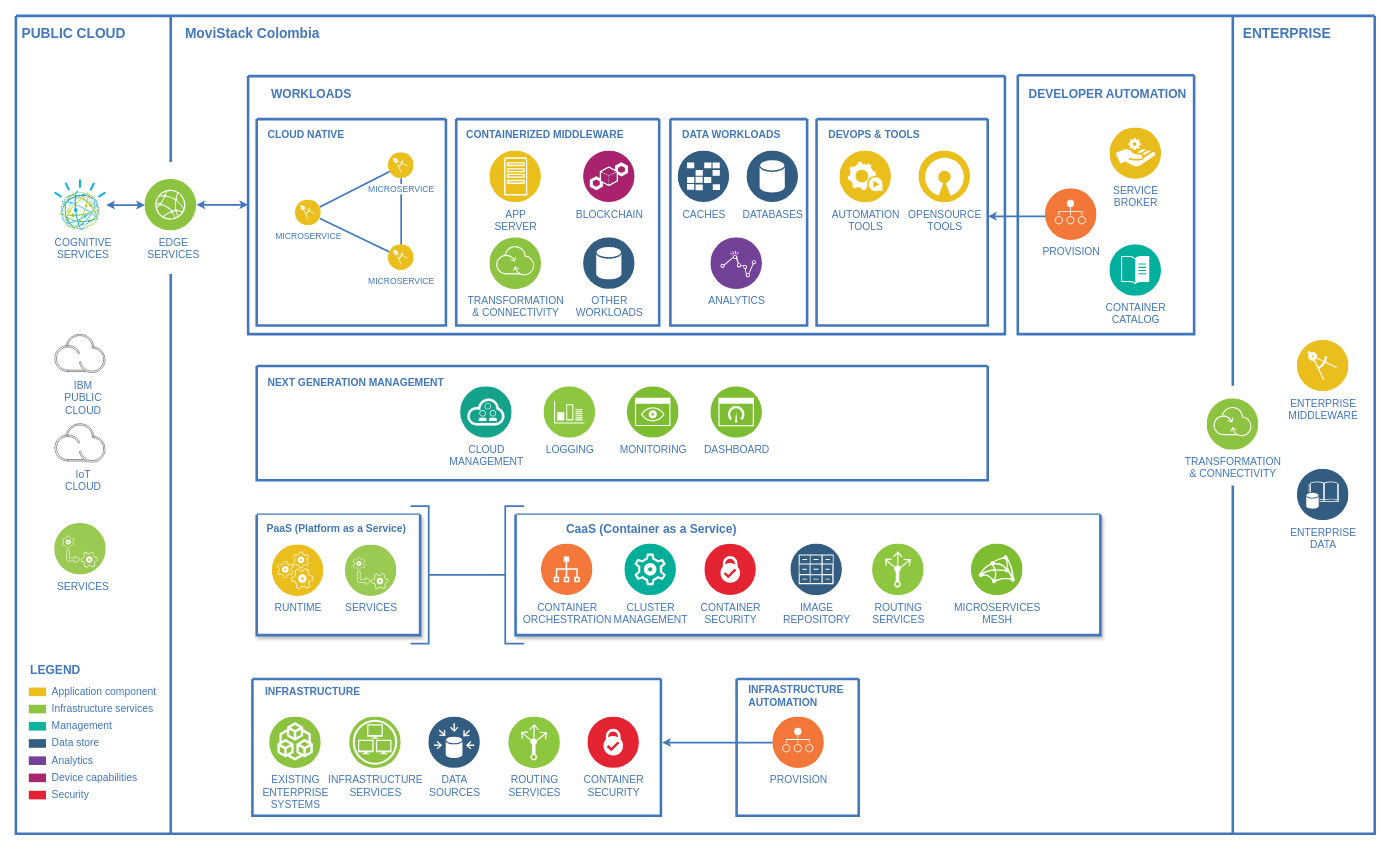
This is Untitled Diagram.drawio from Celera/postfix, a draw.io file, before an edit. Source tidied: cells renumbered, new cells numbered last; positions are measured from the earlier drawing's top-left corner, leaving out a move shared by most shapes. Both pictures are drawn from the tidied source at 86%, with x=0, y=0 at pixel (15, 15).
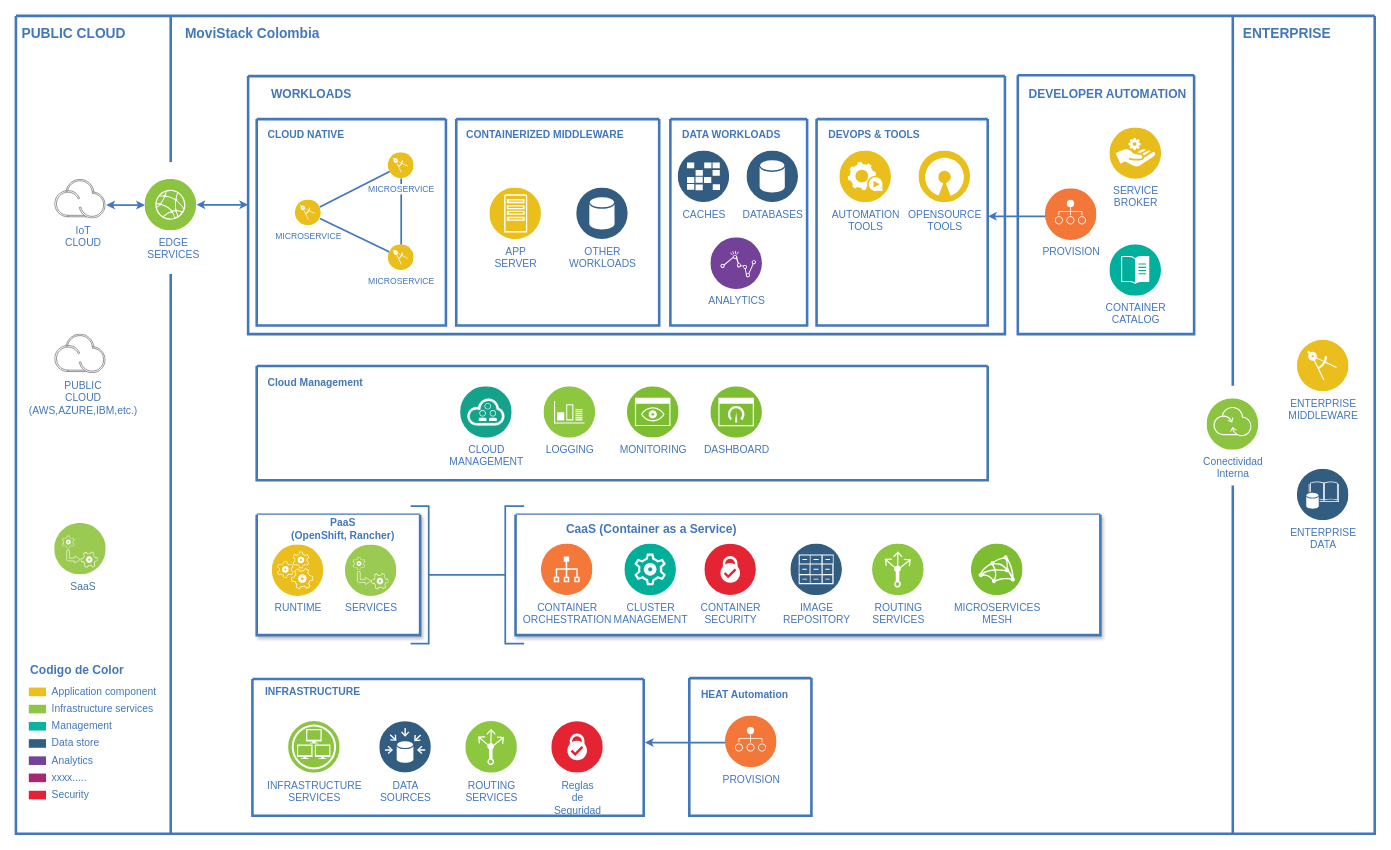
The same diagram, later.

The change refers to these unchanged cells:
```xml
<mxCell id="29" style="swimlane;shadow=0;labelBackgroundColor=#007FFF;strokeColor=#4277BB;fillColor=none;gradientColor=none;fontColor=#000000;align=right;startSize=0;strokeWidth=3;" parent="20" vertex="1">
  <mxGeometry x="242" y="50" width="236" height="240" as="geometry" />
</mxCell>
<mxCell id="48" value="EDGE&lt;div&gt;SERVICES&lt;/div&gt;" style="perimeter=ellipsePerimeter;html=1;align=center;shadow=0;image;image=img/lib/ibm/infrastructure/edge_services.svg;labelBackgroundColor=none;strokeColor=none;strokeWidth=2;fillColor=#808080;gradientColor=none;fontSize=12;fontColor=#4277BB;rounded=0;verticalAlign=top;spacingLeft=5;" parent="2" vertex="1">
  <mxGeometry x="150" y="190" width="60" height="60" as="geometry" />
</mxCell>
<mxCell id="60" style="swimlane;shadow=1;labelBackgroundColor=#007FFF;strokeColor=#4277BB;fillColor=none;gradientColor=none;fontColor=#000000;align=right;startSize=0;strokeWidth=3;swimlaneFillColor=#ffffff;" parent="2" vertex="1">
  <mxGeometry x="280" y="580" width="190" height="140" as="geometry" />
</mxCell>
<mxCell id="81" style="swimlane;shadow=0;labelBackgroundColor=#007FFF;strokeColor=#4277BB;fillColor=none;gradientColor=none;fontColor=#000000;align=right;startSize=0;strokeWidth=3;" parent="2" vertex="1">
  <mxGeometry x="280" y="407" width="850" height="133" as="geometry" />
</mxCell>
```

Change to the diagram source:
```diff
@@
-    <mxCell id="2" style="swimlane;shadow=0;strokeColor=#4277BB;fillColor=#ffffff;fontColor=none;align=right;startSize=0;noLabel=1;strokeWidth=3;" parent="1" vertex="1">
+    <mxCell id="2" value="d" style="swimlane;shadow=0;strokeColor=#4277BB;fillColor=#ffffff;fontColor=none;align=right;startSize=0;noLabel=1;strokeWidth=3;" parent="1" vertex="1">
       <mxGeometry width="1580" height="951" as="geometry" />
     </mxCell>
-    <mxCell id="3" style="swimlane;shadow=0;labelBackgroundColor=#007FFF;strokeColor=#4277BB;fillColor=none;gradientColor=none;fontColor=#000000;align=right;startSize=0;strokeWidth=3;" parent="2" vertex="1">
-      <mxGeometry x="838" y="771" width="142" height="159" as="geometry" />
-    </mxCell>
-    <mxCell id="4" value="PROVISION" style="perimeter=ellipsePerimeter;html=1;align=center;shadow=0;dashed=0;image;image=img/lib/ibm/devops/provision.svg;labelBackgroundColor=none;strokeColor=#4277BB;strokeWidth=2;fillColor=none;gradientColor=none;fontSize=12;fontColor=#4277BB;" parent="3" vertex="1">
-      <mxGeometry x="42" y="44" width="60" height="60" as="geometry" />
-    </mxCell>
-    <mxCell id="5" value="INFRASTRUCTURE&lt;div&gt;AUTOMATION&lt;/div&gt;" style="text;html=1;align=left;verticalAlign=middle;fontColor=#4277BB;shadow=0;dashed=0;strokeColor=none;fillColor=none;labelBackgroundColor=none;fontStyle=1;fontSize=12;spacingLeft=5;" parent="3" vertex="1">
-      <mxGeometry x="7" y="10" width="123" height="20" as="geometry" />
-    </mxCell>
@@
-    <mxCell id="16" value="Device capabilities" style="rounded=0;html=1;shadow=0;labelBackgroundColor=none;strokeColor=none;strokeWidth=2;fillColor=#A72870;gradientColor=none;fontSize=12;fontColor=#4277BB;align=left;labelPosition=right;verticalLabelPosition=middle;verticalAlign=middle;spacingLeft=5;" parent="2" vertex="1">
+    <mxCell id="16" value="xxxx....." style="rounded=0;html=1;shadow=0;labelBackgroundColor=none;strokeColor=none;strokeWidth=2;fillColor=#A72870;gradientColor=none;fontSize=12;fontColor=#4277BB;align=left;labelPosition=right;verticalLabelPosition=middle;verticalAlign=middle;spacingLeft=5;" parent="2" vertex="1">
       <mxGeometry x="15" y="881" width="20" height="10" as="geometry" />
     </mxCell>
@@
-    <mxCell id="18" value="LEGEND" style="text;html=1;align=left;verticalAlign=middle;fontColor=#4277BB;shadow=0;dashed=0;strokeColor=none;fillColor=none;labelBackgroundColor=none;fontStyle=1;fontSize=14;spacingLeft=0;" parent="2" vertex="1">
+    <mxCell id="18" value="Codigo de Color" style="text;html=1;align=left;verticalAlign=middle;fontColor=#4277BB;shadow=0;dashed=0;strokeColor=none;fillColor=none;labelBackgroundColor=none;fontStyle=1;fontSize=14;spacingLeft=0;" parent="2" vertex="1">
       <mxGeometry x="15" y="751" width="150" height="20" as="geometry" />
     </mxCell>
@@
     <mxCell id="30" value="APP&lt;div&gt;SERVER&lt;/div&gt;" style="perimeter=ellipsePerimeter;html=1;align=center;shadow=0;dashed=0;image;image=img/lib/ibm/applications/app_server.svg;labelBackgroundColor=none;strokeColor=#4277BB;strokeWidth=2;fillColor=#E52134;gradientColor=none;fontSize=12;fontColor=#4277BB;verticalAlign=top;" parent="29" vertex="1">
-      <mxGeometry x="39" y="37" width="60" height="60" as="geometry" />
+      <mxGeometry x="39" y="80" width="60" height="60" as="geometry" />
     </mxCell>
-    <mxCell id="31" value="BLOCKCHAIN" style="perimeter=ellipsePerimeter;html=1;align=center;shadow=0;dashed=0;image;image=img/lib/ibm/blockchain/blockchain.svg;labelBackgroundColor=none;strokeColor=#4277BB;strokeWidth=2;fillColor=#E52134;gradientColor=none;fontSize=12;fontColor=#4277BB;verticalAlign=top;" parent="29" vertex="1">
-      <mxGeometry x="148" y="37" width="60" height="60" as="geometry" />
-    </mxCell>
-    <mxCell id="32" value="TRANSFORMATION&lt;div&gt;&amp;amp; CONNECTIVITY&lt;/div&gt;" style="perimeter=ellipsePerimeter;html=1;align=center;shadow=0;dashed=0;image;image=img/lib/ibm/infrastructure/transformation_connectivity.svg;labelBackgroundColor=none;strokeColor=#4277BB;strokeWidth=2;fillColor=#E52134;gradientColor=none;fontSize=12;fontColor=#4277BB;verticalAlign=top;" parent="29" vertex="1">
-      <mxGeometry x="39" y="138" width="60" height="60" as="geometry" />
-    </mxCell>
     <mxCell id="33" value="OTHER&lt;div&gt;WORKLOADS&lt;/div&gt;" style="perimeter=ellipsePerimeter;html=1;align=center;shadow=0;dashed=0;image;image=img/lib/ibm/data/data_services.svg;labelBackgroundColor=none;strokeColor=#4277BB;strokeWidth=2;fillColor=#E52134;gradientColor=none;fontSize=12;fontColor=#4277BB;verticalAlign=top;" parent="29" vertex="1">
-      <mxGeometry x="148" y="138" width="60" height="60" as="geometry" />
+      <mxGeometry x="140" y="80" width="60" height="60" as="geometry" />
     </mxCell>
@@
-    <mxCell id="46" value="COGNITIVE&lt;div&gt;SERVICES&lt;/div&gt;" style="perimeter=ellipsePerimeter;html=1;align=center;shadow=0;image;image=img/lib/ibm/miscellaneous/cognitive_services.svg;labelBackgroundColor=none;strokeColor=none;strokeWidth=2;fillColor=#808080;gradientColor=none;fontSize=12;fontColor=#4277BB;rounded=0;verticalAlign=top;spacingLeft=5;" parent="2" vertex="1">
-      <mxGeometry x="45" y="190" width="60" height="60" as="geometry" />
-    </mxCell>
-    <mxCell id="47" style="edgeStyle=orthogonalEdgeStyle;rounded=0;html=1;labelBackgroundColor=#ffffff;startArrow=classic;startFill=1;startSize=4;endSize=4;jettySize=auto;strokeColor=#4277BB;strokeWidth=2;fontSize=12;fontColor=#4277BB;" parent="2" edge="1" source="48" target="46">
-      <mxGeometry relative="1" as="geometry" />
+    <mxCell id="47" style="edgeStyle=orthogonalEdgeStyle;rounded=0;html=1;labelBackgroundColor=#ffffff;startArrow=classic;startFill=1;startSize=4;endSize=4;jettySize=auto;strokeColor=#4277BB;strokeWidth=2;fontSize=12;fontColor=#4277BB;" parent="2" edge="1" source="48">
+      <mxGeometry relative="1" as="geometry">
+        <mxPoint x="105" y="220" as="targetPoint" />
+      </mxGeometry>
     </mxCell>
@@
-    <mxCell id="55" value="TRANSFORMATION&lt;div&gt;&amp;amp; CONNECTIVITY&lt;/div&gt;" style="perimeter=ellipsePerimeter;html=1;align=center;shadow=0;dashed=0;image;image=img/lib/ibm/infrastructure/transformation_connectivity.svg;labelBackgroundColor=none;strokeColor=#4277BB;strokeWidth=2;fillColor=#E52134;gradientColor=none;fontSize=12;fontColor=#4277BB;" parent="2" vertex="1">
+    <mxCell id="55" value="&lt;div&gt;Conectividad&lt;/div&gt;&lt;div&gt;Interna&lt;br&gt;&lt;/div&gt;" style="perimeter=ellipsePerimeter;html=1;align=center;shadow=0;dashed=0;image;image=img/lib/ibm/infrastructure/transformation_connectivity.svg;labelBackgroundColor=none;strokeColor=#4277BB;strokeWidth=2;fillColor=#E52134;gradientColor=none;fontSize=12;fontColor=#4277BB;" parent="2" vertex="1">
       <mxGeometry x="1385" y="445" width="60" height="60" as="geometry" />
     </mxCell>
@@
-    <mxCell id="57" value="IBM&lt;div&gt;PUBLIC&lt;/div&gt;&lt;div&gt;CLOUD&lt;/div&gt;" style="perimeter=ellipsePerimeter;html=1;align=center;shadow=0;image;image=img/lib/ibm/miscellaneous/ibm_public_cloud.svg;labelBackgroundColor=none;strokeColor=none;strokeWidth=2;fillColor=#808080;gradientColor=none;fontSize=12;fontColor=#4277BB;rounded=0;verticalAlign=top;spacingLeft=5;" parent="2" vertex="1">
+    <mxCell id="57" value="&lt;div&gt;PUBLIC&lt;/div&gt;&lt;div&gt;CLOUD &lt;br&gt;&lt;/div&gt;&lt;div&gt;(AWS,AZURE,IBM,etc.)&lt;br&gt;&lt;/div&gt;" style="perimeter=ellipsePerimeter;html=1;align=center;shadow=0;image;image=img/lib/ibm/miscellaneous/ibm_public_cloud.svg;labelBackgroundColor=none;strokeColor=none;strokeWidth=2;fillColor=#808080;gradientColor=none;fontSize=12;fontColor=#4277BB;rounded=0;verticalAlign=top;spacingLeft=5;" parent="2" vertex="1">
       <mxGeometry x="45" y="370" width="60" height="46" as="geometry" />
     </mxCell>
     <mxCell id="58" value="IoT&lt;div&gt;CLOUD&lt;/div&gt;" style="perimeter=ellipsePerimeter;html=1;align=center;shadow=0;image;image=img/lib/ibm/miscellaneous/ibm_public_cloud.svg;labelBackgroundColor=none;strokeColor=none;strokeWidth=2;fillColor=#808080;gradientColor=none;fontSize=12;fontColor=#4277BB;rounded=0;verticalAlign=top;spacingLeft=5;labelPosition=center;verticalLabelPosition=bottom;" parent="2" vertex="1">
-      <mxGeometry x="45" y="474" width="60" height="46" as="geometry" />
+      <mxGeometry x="45" y="190" width="60" height="46" as="geometry" />
     </mxCell>
-    <mxCell id="59" value="SERVICES" style="perimeter=ellipsePerimeter;html=1;align=center;shadow=0;image;image=img/lib/ibm/blockchain/services.svg;labelBackgroundColor=none;strokeColor=none;strokeWidth=2;fillColor=#808080;gradientColor=none;fontSize=12;fontColor=#4277BB;rounded=0;verticalAlign=top;spacingLeft=5;" parent="2" vertex="1">
+    <mxCell id="59" value="SaaS" style="perimeter=ellipsePerimeter;html=1;align=center;shadow=0;image;image=img/lib/ibm/blockchain/services.svg;labelBackgroundColor=none;strokeColor=none;strokeWidth=2;fillColor=#808080;gradientColor=none;fontSize=12;fontColor=#4277BB;rounded=0;verticalAlign=top;spacingLeft=5;" parent="2" vertex="1">
       <mxGeometry x="45" y="590" width="60" height="60" as="geometry" />
     </mxCell>
@@
-    <mxCell id="63" value="PaaS (Platform as a Service)" style="text;html=1;align=left;verticalAlign=middle;fontColor=#4277BB;shadow=0;dashed=0;strokeColor=none;fillColor=none;labelBackgroundColor=none;fontStyle=1;fontSize=12;spacingLeft=5;" parent="60" vertex="1">
-      <mxGeometry x="5" y="7" width="150" height="20" as="geometry" />
+    <mxCell id="63" value="&lt;div align=&quot;center&quot;&gt;PaaS &lt;br&gt;&lt;/div&gt;&lt;div align=&quot;center&quot;&gt;(OpenShift, Rancher)&lt;/div&gt;" style="text;html=1;align=center;verticalAlign=middle;fontColor=#4277BB;shadow=0;dashed=0;strokeColor=none;fillColor=none;labelBackgroundColor=none;fontStyle=1;fontSize=12;spacingLeft=5;" parent="60" vertex="1">
+      <mxGeometry x="22" y="7" width="150" height="20" as="geometry" />
     </mxCell>
@@
     <mxCell id="72" style="swimlane;shadow=0;labelBackgroundColor=#007FFF;strokeColor=#4277BB;fillColor=none;gradientColor=none;fontColor=#000000;align=right;startSize=0;strokeWidth=3;" parent="2" vertex="1">
-      <mxGeometry x="275" y="771" width="475" height="159" as="geometry" />
+      <mxGeometry x="275" y="771" width="455" height="159" as="geometry" />
     </mxCell>
-    <mxCell id="73" value="EXISTING&lt;div&gt;ENTERPRISE&lt;/div&gt;&lt;div&gt;SYSTEMS&lt;/div&gt;" style="perimeter=ellipsePerimeter;html=1;align=center;shadow=0;dashed=0;image;image=img/lib/ibm/blockchain/existing_enterprise_systems.svg;labelBackgroundColor=none;strokeColor=#4277BB;strokeWidth=2;fillColor=none;gradientColor=none;fontSize=12;fontColor=#4277BB;" parent="72" vertex="1">
-      <mxGeometry x="20" y="44" width="60" height="60" as="geometry" />
-    </mxCell>
     <mxCell id="74" value="INFRASTRUCTURE&lt;div&gt;SERVICES&lt;/div&gt;" style="perimeter=ellipsePerimeter;html=1;align=center;shadow=0;dashed=0;image;image=img/lib/ibm/infrastructure/infrastructure_services.svg;labelBackgroundColor=none;strokeColor=#4277BB;strokeWidth=2;fillColor=none;gradientColor=none;fontSize=12;fontColor=#4277BB;" parent="72" vertex="1">
-      <mxGeometry x="113" y="44" width="60" height="60" as="geometry" />
+      <mxGeometry x="42" y="49.5" width="60" height="60" as="geometry" />
     </mxCell>
     <mxCell id="75" value="DATA&lt;div&gt;SOURCES&lt;/div&gt;" style="perimeter=ellipsePerimeter;html=1;align=center;shadow=0;dashed=0;image;image=img/lib/ibm/data/data_sources.svg;labelBackgroundColor=none;strokeColor=#4277BB;strokeWidth=2;fillColor=none;gradientColor=none;fontSize=12;fontColor=#4277BB;" parent="72" vertex="1">
-      <mxGeometry x="205" y="44" width="60" height="60" as="geometry" />
+      <mxGeometry x="148" y="49.5" width="60" height="60" as="geometry" />
     </mxCell>
     <mxCell id="76" value="ROUTING&lt;div&gt;SERVICES&lt;/div&gt;" style="perimeter=ellipsePerimeter;html=1;align=center;shadow=0;dashed=0;image;image=img/lib/ibm/infrastructure/load_balancing_routing.svg;labelBackgroundColor=none;strokeColor=#4277BB;strokeWidth=2;fillColor=none;gradientColor=none;fontSize=12;fontColor=#4277BB;" parent="72" vertex="1">
-      <mxGeometry x="298" y="44" width="60" height="60" as="geometry" />
+      <mxGeometry x="248" y="49.5" width="60" height="60" as="geometry" />
     </mxCell>
-    <mxCell id="77" value="CONTAINER&lt;div&gt;SECURITY&lt;/div&gt;" style="perimeter=ellipsePerimeter;html=1;align=center;shadow=0;dashed=0;image;image=img/lib/ibm/blockchain/certificate_authority.svg;labelBackgroundColor=none;strokeColor=#4277BB;strokeWidth=2;fillColor=none;gradientColor=none;fontSize=12;fontColor=#4277BB;" parent="72" vertex="1">
-      <mxGeometry x="390" y="44" width="60" height="60" as="geometry" />
+    <mxCell id="77" value="&lt;div&gt;Reglas&lt;/div&gt;&lt;div&gt;de&lt;/div&gt;&lt;div&gt;Seguridad&lt;br&gt;&lt;/div&gt;" style="perimeter=ellipsePerimeter;html=1;align=center;shadow=0;dashed=0;image;image=img/lib/ibm/blockchain/certificate_authority.svg;labelBackgroundColor=none;strokeColor=#4277BB;strokeWidth=2;fillColor=none;gradientColor=none;fontSize=12;fontColor=#4277BB;" parent="72" vertex="1">
+      <mxGeometry x="348" y="49.5" width="60" height="60" as="geometry" />
     </mxCell>
@@
-    <mxCell id="79" style="edgeStyle=orthogonalEdgeStyle;rounded=0;html=1;exitX=0.75;exitY=0;entryX=0.75;entryY=0;labelBackgroundColor=#ffffff;startArrow=classic;startFill=1;startSize=4;endSize=4;jettySize=auto;orthogonalLoop=1;strokeColor=#EDC11C;strokeWidth=2;fontSize=12;fontColor=#4277BB;" parent="2" edge="1" source="46" target="46">
-      <mxGeometry relative="1" as="geometry" />
+    <mxCell id="79" style="edgeStyle=orthogonalEdgeStyle;rounded=0;html=1;exitX=0.75;exitY=0;entryX=0.75;entryY=0;labelBackgroundColor=#ffffff;startArrow=classic;startFill=1;startSize=4;endSize=4;jettySize=auto;orthogonalLoop=1;strokeColor=#EDC11C;strokeWidth=2;fontSize=12;fontColor=#4277BB;" parent="2" edge="1">
+      <mxGeometry relative="1" as="geometry">
+        <mxPoint x="88.4" y="193.2" as="sourcePoint" />
+        <mxPoint x="88.4" y="193.2" as="targetPoint" />
+      </mxGeometry>
     </mxCell>
@@
-    <mxCell id="82" value="NEXT GENERATION MANAGEMENT" style="text;html=1;align=left;verticalAlign=middle;fontColor=#4277BB;shadow=0;dashed=0;strokeColor=none;fillColor=none;labelBackgroundColor=none;fontStyle=1;fontSize=12;spacingLeft=5;" parent="81" vertex="1">
+    <mxCell id="82" value="Cloud Management" style="text;html=1;align=left;verticalAlign=middle;fontColor=#4277BB;shadow=0;dashed=0;strokeColor=none;fillColor=none;labelBackgroundColor=none;fontStyle=1;fontSize=12;spacingLeft=5;" parent="81" vertex="1">
       <mxGeometry x="6" y="10" width="245" height="20" as="geometry" />
     </mxCell>
@@
+    <mxCell id="3" style="swimlane;shadow=0;labelBackgroundColor=#007FFF;strokeColor=#4277BB;fillColor=none;gradientColor=none;fontColor=#000000;align=right;startSize=0;strokeWidth=3;" parent="2" vertex="1">
+      <mxGeometry x="783" y="770" width="142" height="160" as="geometry" />
+    </mxCell>
+    <mxCell id="4" value="PROVISION" style="perimeter=ellipsePerimeter;html=1;align=center;shadow=0;dashed=0;image;image=img/lib/ibm/devops/provision.svg;labelBackgroundColor=none;strokeColor=#4277BB;strokeWidth=2;fillColor=none;gradientColor=none;fontSize=12;fontColor=#4277BB;" parent="3" vertex="1">
+      <mxGeometry x="42" y="44" width="60" height="60" as="geometry" />
+    </mxCell>
+    <mxCell id="5" value="HEAT Automation" style="text;html=1;align=left;verticalAlign=middle;fontColor=#4277BB;shadow=0;dashed=0;strokeColor=none;fillColor=none;labelBackgroundColor=none;fontStyle=1;fontSize=12;spacingLeft=5;" parent="3" vertex="1">
+      <mxGeometry x="7" y="10" width="123" height="20" as="geometry" />
+    </mxCell>
```
